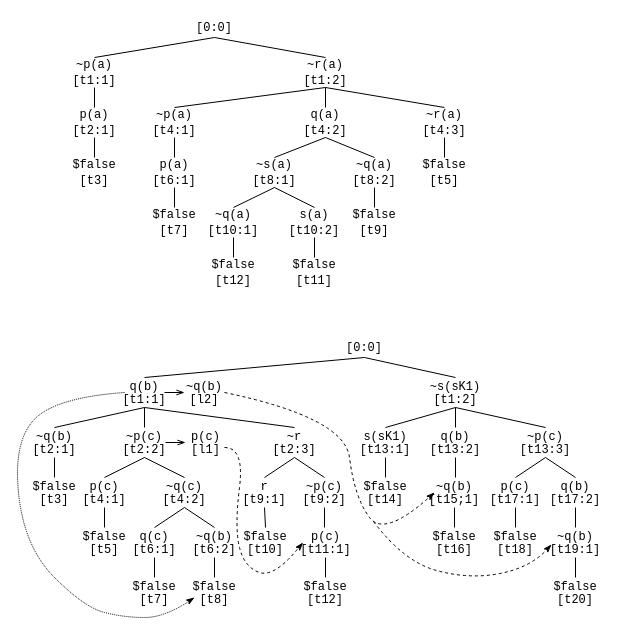
GeoffsPapers/TPTPTableauFormat keeps this draw.io diagram as Tableau.drawio. Above is the earlier version. Source tidied: cells renumbered, new cells numbered last; positions are measured from the earlier drawing's top-left corner, leaving out a move shared by most shapes. Both pictures are drawn from the tidied source at 100%, with x=0, y=0 at pixel (12, 17).
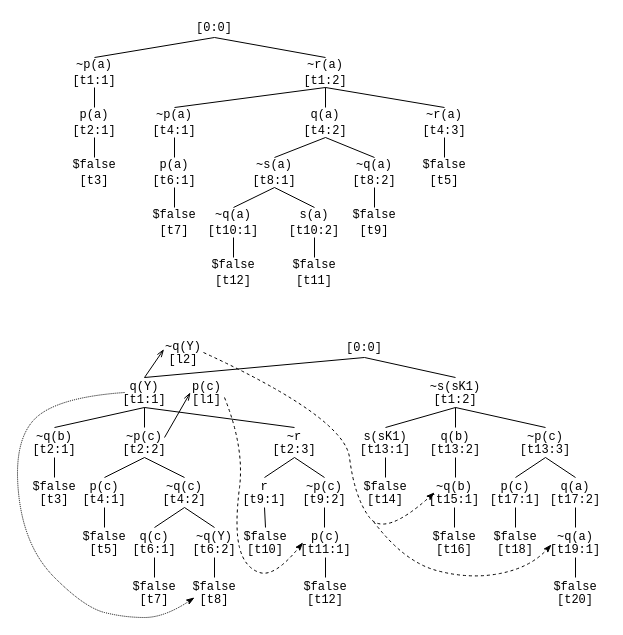
The same diagram, later.

Unchanged cells that the change refers to:
```xml
<mxCell id="102" value="&lt;div style=&quot;line-height: 100%;&quot;&gt;&lt;span style=&quot;font-family: &amp;quot;Courier New&amp;quot;; background-color: transparent; color: light-dark(rgb(0, 0, 0), rgb(255, 255, 255));&quot;&gt;p(c)&lt;/span&gt;&lt;/div&gt;&lt;div style=&quot;line-height: 100%;&quot;&gt;&lt;span style=&quot;font-family: &amp;quot;Courier New&amp;quot;; background-color: transparent; color: light-dark(rgb(0, 0, 0), rgb(255, 255, 255));&quot;&gt;[t11:1]&lt;/span&gt;&lt;/div&gt;" style="text;strokeColor=none;align=center;fillColor=none;html=1;verticalAlign=middle;whiteSpace=wrap;rounded=0;spacing=2;" parent="1" vertex="1">
  <mxGeometry x="290.5" y="510" width="45" height="30" as="geometry" />
</mxCell>
```

What changed in the source:
```diff
@@
-    <mxCell id="40" value="&lt;div style=&quot;line-height: 100%;&quot;&gt;&lt;font face=&quot;Courier New&quot;&gt;q(b)&lt;/font&gt;&lt;div&gt;&lt;div&gt;&lt;span style=&quot;font-family: &amp;quot;Courier New&amp;quot;; background-color: transparent; color: light-dark(rgb(0, 0, 0), rgb(255, 255, 255));&quot;&gt;[t1:1]&lt;/span&gt;&lt;/div&gt;&lt;/div&gt;&lt;/div&gt;" style="text;strokeColor=none;align=center;fillColor=none;html=1;verticalAlign=middle;whiteSpace=wrap;rounded=0;" parent="1" vertex="1">
+    <mxCell id="40" value="&lt;div style=&quot;line-height: 100%;&quot;&gt;&lt;font face=&quot;Courier New&quot;&gt;q(Y)&lt;/font&gt;&lt;div&gt;&lt;div&gt;&lt;span style=&quot;font-family: &amp;quot;Courier New&amp;quot;; background-color: transparent; color: light-dark(rgb(0, 0, 0), rgb(255, 255, 255));&quot;&gt;[t1:1]&lt;/span&gt;&lt;/div&gt;&lt;/div&gt;&lt;/div&gt;" style="text;strokeColor=none;align=center;fillColor=none;html=1;verticalAlign=middle;whiteSpace=wrap;rounded=0;" parent="1" vertex="1">
       <mxGeometry x="102" y="360" width="60" height="30" as="geometry" />
     </mxCell>
@@
     <mxCell id="67" value="&lt;div style=&quot;line-height: 100%;&quot;&gt;&lt;span style=&quot;font-family: &amp;quot;Courier New&amp;quot;; background-color: transparent; color: light-dark(rgb(0, 0, 0), rgb(255, 255, 255));&quot;&gt;p(c)&lt;/span&gt;&lt;/div&gt;&lt;div style=&quot;line-height: 100%;&quot;&gt;&lt;span style=&quot;font-family: &amp;quot;Courier New&amp;quot;; background-color: transparent; color: light-dark(rgb(0, 0, 0), rgb(255, 255, 255));&quot;&gt;[l1]&lt;/span&gt;&lt;/div&gt;" style="text;strokeColor=none;align=center;fillColor=none;html=1;verticalAlign=middle;whiteSpace=wrap;rounded=0;spacing=2;" parent="1" vertex="1">
-      <mxGeometry x="170.5" y="410" width="45" height="30" as="geometry" />
+      <mxGeometry x="172" y="360" width="45" height="30" as="geometry" />
     </mxCell>
@@
-    <mxCell id="71" value="&lt;div style=&quot;line-height: 100%;&quot;&gt;&lt;span style=&quot;background-color: transparent; color: light-dark(rgb(0, 0, 0), rgb(255, 255, 255)); font-family: &amp;quot;Courier New&amp;quot;;&quot;&gt;~q(b)&lt;/span&gt;&lt;/div&gt;&lt;div style=&quot;line-height: 100%;&quot;&gt;&lt;span style=&quot;font-family: &amp;quot;Courier New&amp;quot;; background-color: transparent; color: light-dark(rgb(0, 0, 0), rgb(255, 255, 255));&quot;&gt;[l2]&lt;/span&gt;&lt;/div&gt;" style="text;strokeColor=none;align=center;fillColor=none;html=1;verticalAlign=middle;whiteSpace=wrap;rounded=0;spacing=2;" parent="1" vertex="1">
-      <mxGeometry x="172" y="360" width="40" height="30" as="geometry" />
+    <mxCell id="71" value="&lt;div style=&quot;line-height: 100%;&quot;&gt;&lt;span style=&quot;background-color: transparent; color: light-dark(rgb(0, 0, 0), rgb(255, 255, 255)); font-family: &amp;quot;Courier New&amp;quot;;&quot;&gt;~q(Y)&lt;/span&gt;&lt;/div&gt;&lt;div style=&quot;line-height: 100%;&quot;&gt;&lt;span style=&quot;font-family: &amp;quot;Courier New&amp;quot;; background-color: transparent; color: light-dark(rgb(0, 0, 0), rgb(255, 255, 255));&quot;&gt;[l2]&lt;/span&gt;&lt;/div&gt;" style="text;strokeColor=none;align=center;fillColor=none;html=1;verticalAlign=middle;whiteSpace=wrap;rounded=0;spacing=2;" parent="1" vertex="1">
+      <mxGeometry x="151" y="320" width="40" height="30" as="geometry" />
     </mxCell>
@@
-    <mxCell id="83" value="&lt;div style=&quot;line-height: 100%;&quot;&gt;&lt;font face=&quot;Courier New&quot;&gt;q(b)&lt;/font&gt;&lt;div&gt;&lt;div&gt;&lt;span style=&quot;font-family: &amp;quot;Courier New&amp;quot;; background-color: transparent; color: light-dark(rgb(0, 0, 0), rgb(255, 255, 255));&quot;&gt;[t17:2]&lt;/span&gt;&lt;/div&gt;&lt;/div&gt;&lt;/div&gt;" style="text;strokeColor=none;align=center;fillColor=none;html=1;verticalAlign=middle;whiteSpace=wrap;rounded=0;" parent="1" vertex="1">
+    <mxCell id="83" value="&lt;div style=&quot;line-height: 100%;&quot;&gt;&lt;font face=&quot;Courier New&quot;&gt;q(a)&lt;/font&gt;&lt;div&gt;&lt;div&gt;&lt;span style=&quot;font-family: &amp;quot;Courier New&amp;quot;; background-color: transparent; color: light-dark(rgb(0, 0, 0), rgb(255, 255, 255));&quot;&gt;[t17:2]&lt;/span&gt;&lt;/div&gt;&lt;/div&gt;&lt;/div&gt;" style="text;strokeColor=none;align=center;fillColor=none;html=1;verticalAlign=middle;whiteSpace=wrap;rounded=0;" parent="1" vertex="1">
       <mxGeometry x="533" y="460" width="60" height="30" as="geometry" />
     </mxCell>
@@
-    <mxCell id="90" style="endArrow=openThin;html=1;rounded=0;entryX=0;entryY=0.5;entryDx=0;entryDy=0;endFill=0;startArrow=none;startFill=0;" parent="1" edge="1" target="71">
-      <mxGeometry relative="1" as="geometry">
-        <mxPoint x="152" y="375" as="sourcePoint" />
-      </mxGeometry>
+    <mxCell id="90" style="endArrow=openThin;html=1;rounded=0;entryX=0.011;entryY=0.39;entryDx=0;entryDy=0;endFill=0;startArrow=none;startFill=0;exitX=0.5;exitY=0;exitDx=0;exitDy=0;entryPerimeter=0;" parent="1" edge="1" source="40" target="71">
+      <mxGeometry relative="1" as="geometry" />
     </mxCell>
-    <mxCell id="91" style="endArrow=openThin;html=1;rounded=0;exitX=1;exitY=0.5;exitDx=0;exitDy=0;endFill=0;" parent="1" edge="1">
+    <mxCell id="91" style="endArrow=openThin;html=1;rounded=0;endFill=0;entryX=0.13;entryY=0.5;entryDx=0;entryDy=0;entryPerimeter=0;" parent="1" edge="1" target="67">
       <mxGeometry relative="1" as="geometry">
-        <mxPoint x="153" y="425" as="sourcePoint" />
-        <mxPoint x="173" y="425" as="targetPoint" />
+        <mxPoint x="152" y="420" as="sourcePoint" />
       </mxGeometry>
     </mxCell>
@@
-    <mxCell id="93" value="&lt;div style=&quot;line-height: 100%;&quot;&gt;&lt;font face=&quot;Courier New&quot;&gt;~q(b)&lt;/font&gt;&lt;br&gt;&lt;div&gt;&lt;span style=&quot;font-family: &amp;quot;Courier New&amp;quot;; background-color: transparent; color: light-dark(rgb(0, 0, 0), rgb(255, 255, 255));&quot;&gt;[t6&lt;/span&gt;&lt;span style=&quot;background-color: transparent; color: light-dark(rgb(0, 0, 0), rgb(255, 255, 255)); font-family: &amp;quot;Courier New&amp;quot;;&quot;&gt;:2]&lt;/span&gt;&lt;/div&gt;&lt;/div&gt;" style="text;strokeColor=none;align=center;fillColor=none;html=1;verticalAlign=middle;whiteSpace=wrap;rounded=0;" parent="1" vertex="1">
+    <mxCell id="93" value="&lt;div style=&quot;line-height: 100%;&quot;&gt;&lt;font face=&quot;Courier New&quot;&gt;~q(Y)&lt;/font&gt;&lt;br&gt;&lt;div&gt;&lt;span style=&quot;font-family: &amp;quot;Courier New&amp;quot;; background-color: transparent; color: light-dark(rgb(0, 0, 0), rgb(255, 255, 255));&quot;&gt;[t6&lt;/span&gt;&lt;span style=&quot;background-color: transparent; color: light-dark(rgb(0, 0, 0), rgb(255, 255, 255)); font-family: &amp;quot;Courier New&amp;quot;;&quot;&gt;:2]&lt;/span&gt;&lt;/div&gt;&lt;/div&gt;" style="text;strokeColor=none;align=center;fillColor=none;html=1;verticalAlign=middle;whiteSpace=wrap;rounded=0;" parent="1" vertex="1">
       <mxGeometry x="172" y="510" width="60" height="30" as="geometry" />
     </mxCell>
@@
-    <mxCell id="95" style="curved=1;endArrow=classicThin;html=1;rounded=0;dashed=1;endFill=1;entryX=0;entryY=0.5;entryDx=0;entryDy=0;" parent="1" edge="1" target="102">
+    <mxCell id="95" style="curved=1;endArrow=classicThin;html=1;rounded=0;dashed=1;endFill=1;entryX=0;entryY=0.5;entryDx=0;entryDy=0;exitX=0.889;exitY=0.667;exitDx=0;exitDy=0;exitPerimeter=0;" parent="1" edge="1" source="67" target="102">
       <mxGeometry relative="1" as="geometry">
-        <mxPoint x="212" y="430" as="sourcePoint" />
         <Array as="points">
           <mxPoint x="232" y="430" />
           <mxPoint x="222" y="510" />
           <mxPoint x="232" y="550" />
           <mxPoint x="262" y="560" />
         </Array>
       </mxGeometry>
     </mxCell>
@@
-    <mxCell id="98" value="&lt;div style=&quot;line-height: 100%;&quot;&gt;&lt;span style=&quot;background-color: transparent; color: light-dark(rgb(0, 0, 0), rgb(255, 255, 255)); font-family: &amp;quot;Courier New&amp;quot;;&quot;&gt;~q(b)&lt;/span&gt;&lt;/div&gt;&lt;div style=&quot;line-height: 100%;&quot;&gt;&lt;span style=&quot;font-family: &amp;quot;Courier New&amp;quot;; background-color: transparent; color: light-dark(rgb(0, 0, 0), rgb(255, 255, 255));&quot;&gt;[t15;1]&lt;/span&gt;&lt;/div&gt;" style="text;strokeColor=none;align=center;fillColor=none;html=1;verticalAlign=middle;whiteSpace=wrap;rounded=0;spacing=2;" parent="1" vertex="1">
+    <mxCell id="98" value="&lt;div style=&quot;line-height: 100%;&quot;&gt;&lt;span style=&quot;background-color: transparent; color: light-dark(rgb(0, 0, 0), rgb(255, 255, 255)); font-family: &amp;quot;Courier New&amp;quot;;&quot;&gt;~q(b)&lt;/span&gt;&lt;/div&gt;&lt;div style=&quot;line-height: 100%;&quot;&gt;&lt;span style=&quot;font-family: &amp;quot;Courier New&amp;quot;; background-color: transparent; color: light-dark(rgb(0, 0, 0), rgb(255, 255, 255));&quot;&gt;[t15:1]&lt;/span&gt;&lt;/div&gt;" style="text;strokeColor=none;align=center;fillColor=none;html=1;verticalAlign=middle;whiteSpace=wrap;rounded=0;spacing=2;" parent="1" vertex="1">
       <mxGeometry x="422" y="460" width="40" height="30" as="geometry" />
     </mxCell>
-    <mxCell id="99" value="&lt;div style=&quot;line-height: 100%;&quot;&gt;&lt;span style=&quot;background-color: transparent; color: light-dark(rgb(0, 0, 0), rgb(255, 255, 255)); font-family: &amp;quot;Courier New&amp;quot;;&quot;&gt;~q(b)&lt;/span&gt;&lt;/div&gt;&lt;div style=&quot;line-height: 100%;&quot;&gt;&lt;span style=&quot;font-family: &amp;quot;Courier New&amp;quot;; background-color: transparent; color: light-dark(rgb(0, 0, 0), rgb(255, 255, 255));&quot;&gt;[t19:1]&lt;/span&gt;&lt;/div&gt;" style="text;strokeColor=none;align=center;fillColor=none;html=1;verticalAlign=middle;whiteSpace=wrap;rounded=0;spacing=2;" parent="1" vertex="1">
+    <mxCell id="99" value="&lt;div style=&quot;line-height: 100%;&quot;&gt;&lt;span style=&quot;background-color: transparent; color: light-dark(rgb(0, 0, 0), rgb(255, 255, 255)); font-family: &amp;quot;Courier New&amp;quot;;&quot;&gt;~q(a)&lt;/span&gt;&lt;/div&gt;&lt;div style=&quot;line-height: 100%;&quot;&gt;&lt;span style=&quot;font-family: &amp;quot;Courier New&amp;quot;; background-color: transparent; color: light-dark(rgb(0, 0, 0), rgb(255, 255, 255));&quot;&gt;[t19:1]&lt;/span&gt;&lt;/div&gt;" style="text;strokeColor=none;align=center;fillColor=none;html=1;verticalAlign=middle;whiteSpace=wrap;rounded=0;spacing=2;" parent="1" vertex="1">
       <mxGeometry x="543" y="510" width="40" height="30" as="geometry" />
     </mxCell>
```
